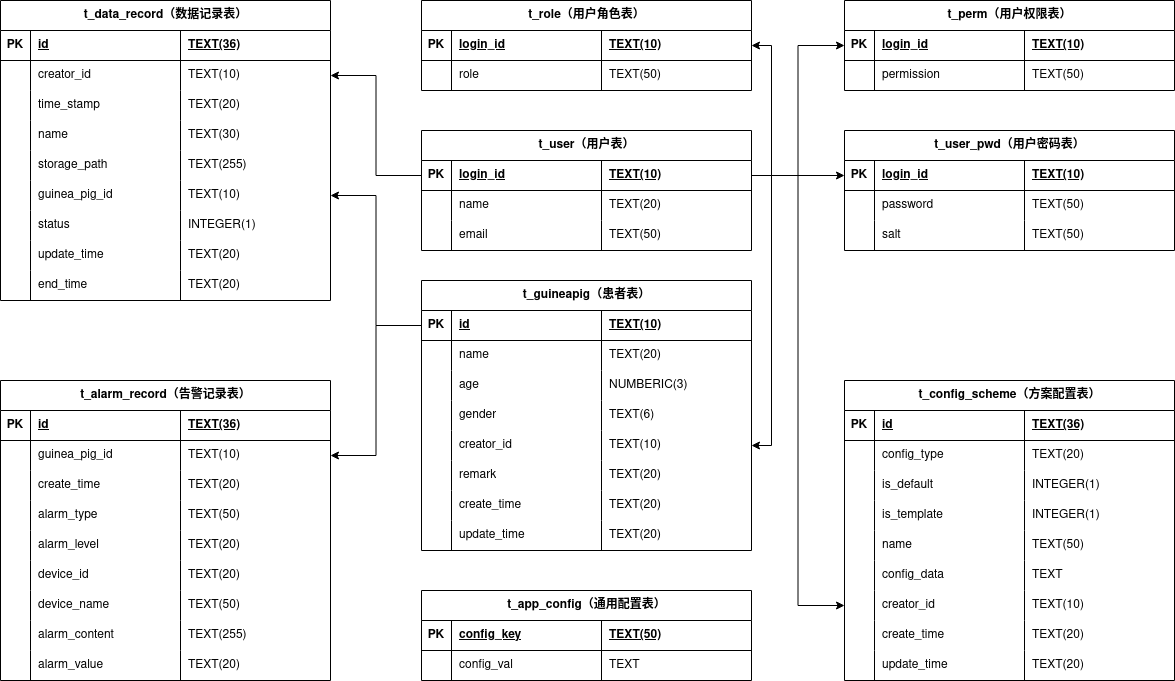
Earlier version of the draw.io export 图片/详细设计-后端-数据库-详细设计.png (yz360307/draw). Source tidied: cells renumbered, new cells last; positions are measured from the earlier drawing's top-left corner, leaving out a move shared by most shapes.
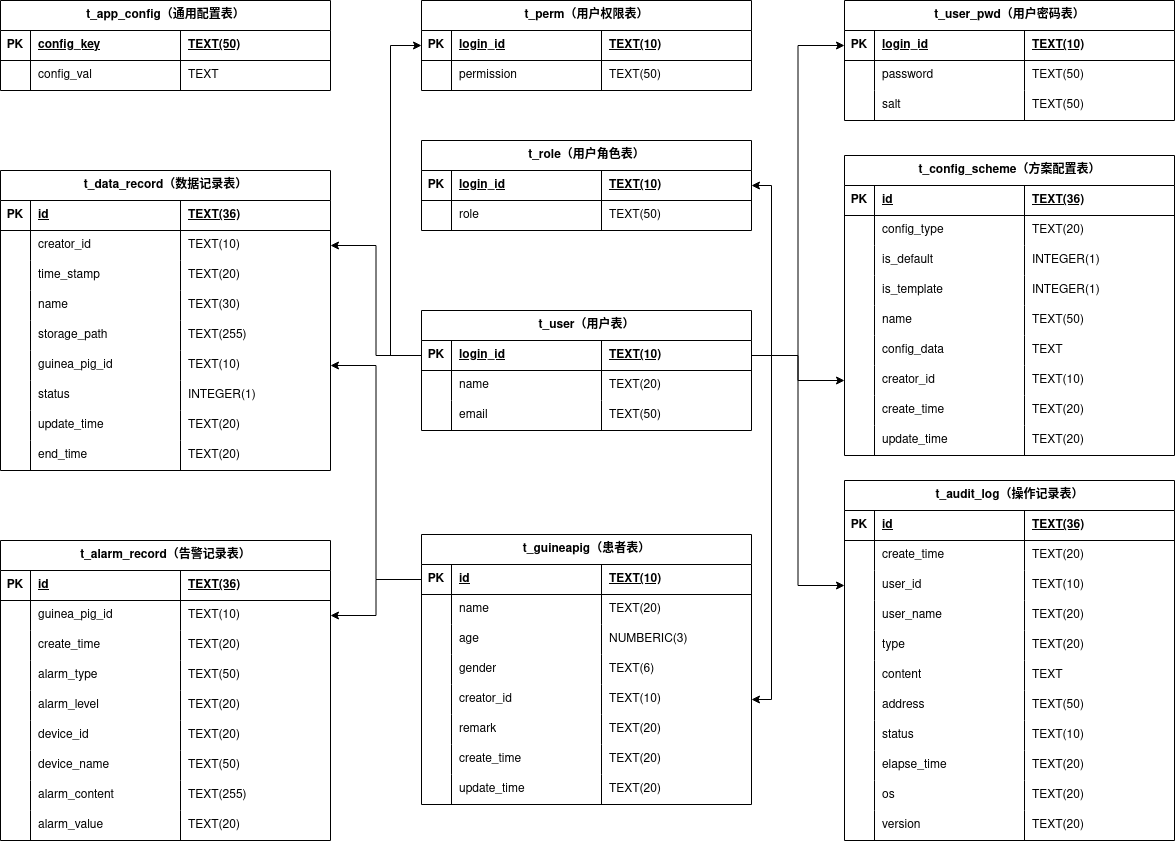
After the commit.

The edit, as a diff of the source:
```diff
@@ -3,7 +3,7 @@
     <mxCell id="0" />
     <mxCell id="1" parent="0" />
     <mxCell id="2" value="t_user（用户表）" style="shape=table;startSize=30;rowLines=0;fontStyle=1;align=center;html=1;" parent="1" vertex="1">
-      <mxGeometry x="421" y="130" width="330" height="120" as="geometry" />
+      <mxGeometry x="421" y="390" width="330" height="120" as="geometry" />
     </mxCell>
     <mxCell id="3" style="shape=tableRow;horizontal=0;startSize=0;swimlaneHead=0;swimlaneBody=0;fillColor=none;points=[[0,0.5],[1,0.5]];portConstraint=eastwest;top=0;left=0;right=0;bottom=1;" parent="2" vertex="1">
       <mxGeometry y="30" width="330" height="30" as="geometry" />
@@ -42,7 +42,7 @@
       <mxGeometry x="180" width="150" height="30" as="geometry" />
     </mxCell>
     <mxCell id="15" value="t_user_pwd（用户密码表）" style="shape=table;startSize=30;rowLines=0;fontStyle=1;align=center;html=1;" parent="1" vertex="1">
-      <mxGeometry x="844" y="130" width="330" height="120" as="geometry" />
+      <mxGeometry x="844" y="80" width="330" height="120" as="geometry" />
     </mxCell>
     <mxCell id="16" style="shape=tableRow;horizontal=0;startSize=0;swimlaneHead=0;swimlaneBody=0;fillColor=none;points=[[0,0.5],[1,0.5]];portConstraint=eastwest;top=0;left=0;right=0;bottom=1;" parent="15" vertex="1">
       <mxGeometry y="30" width="330" height="30" as="geometry" />
@@ -84,7 +84,7 @@
       <mxGeometry relative="1" as="geometry" />
     </mxCell>
     <mxCell id="29" value="t_guineapig（患者表）" style="shape=table;startSize=30;rowLines=0;fontStyle=1;align=center;html=1;" parent="1" vertex="1">
-      <mxGeometry x="421" y="280" width="330" height="270" as="geometry" />
+      <mxGeometry x="421" y="614" width="330" height="270" as="geometry" />
     </mxCell>
     <mxCell id="30" style="shape=tableRow;horizontal=0;startSize=0;swimlaneHead=0;swimlaneBody=0;fillColor=none;points=[[0,0.5],[1,0.5]];portConstraint=eastwest;top=0;left=0;right=0;bottom=1;" parent="29" vertex="1">
       <mxGeometry y="30" width="330" height="30" as="geometry" />
@@ -183,7 +183,7 @@
       <mxGeometry x="180" width="150" height="30" as="geometry" />
     </mxCell>
     <mxCell id="62" value="t_data_record（数据记录表）" style="shape=table;startSize=30;rowLines=0;fontStyle=1;align=center;html=1;" parent="1" vertex="1">
-      <mxGeometry width="330" height="300" as="geometry" />
+      <mxGeometry y="250" width="330" height="300" as="geometry" />
     </mxCell>
     <mxCell id="63" style="shape=tableRow;horizontal=0;startSize=0;swimlaneHead=0;swimlaneBody=0;fillColor=none;top=0;left=0;right=0;bottom=1;" parent="62" vertex="1">
       <mxGeometry y="30" width="330" height="30" as="geometry" />
@@ -297,7 +297,7 @@
       <mxGeometry relative="1" as="geometry" />
     </mxCell>
     <mxCell id="100" value="t_config_scheme（方案配置表）" style="shape=table;startSize=30;rowLines=0;fontStyle=1;align=center;html=1;" parent="1" vertex="1">
-      <mxGeometry x="844" y="380" width="330" height="300" as="geometry" />
+      <mxGeometry x="844" y="235" width="330" height="300" as="geometry" />
     </mxCell>
     <mxCell id="101" style="shape=tableRow;horizontal=0;startSize=0;swimlaneHead=0;swimlaneBody=0;fillColor=none;top=0;left=0;right=0;bottom=1;" parent="100" vertex="1">
       <mxGeometry y="30" width="330" height="30" as="geometry" />
@@ -408,7 +408,7 @@
       <mxGeometry x="180" width="150" height="30" as="geometry" />
     </mxCell>
     <mxCell id="137" value="t_app_config（通用配置表）" style="shape=table;startSize=30;rowLines=0;fontStyle=1;align=center;html=1;" parent="1" vertex="1">
-      <mxGeometry x="421" y="590" width="330" height="90" as="geometry" />
+      <mxGeometry y="80" width="330" height="90" as="geometry" />
     </mxCell>
     <mxCell id="138" style="shape=tableRow;horizontal=0;startSize=0;swimlaneHead=0;swimlaneBody=0;fillColor=none;top=0;left=0;right=0;bottom=1;" parent="137" vertex="1">
       <mxGeometry y="30" width="330" height="30" as="geometry" />
@@ -435,7 +435,7 @@
       <mxGeometry x="180" width="150" height="30" as="geometry" />
     </mxCell>
     <mxCell id="146" value="t_alarm_record（告警记录表）" style="shape=table;startSize=30;rowLines=0;fontStyle=1;align=center;html=1;" parent="1" vertex="1">
-      <mxGeometry y="380" width="330" height="300" as="geometry" />
+      <mxGeometry y="620" width="330" height="300" as="geometry" />
     </mxCell>
     <mxCell id="147" style="shape=tableRow;horizontal=0;startSize=0;swimlaneHead=0;swimlaneBody=0;fillColor=none;top=0;left=0;right=0;bottom=1;" parent="146" vertex="1">
       <mxGeometry y="30" width="330" height="30" as="geometry" />
@@ -555,7 +555,7 @@
       <mxGeometry relative="1" as="geometry" />
     </mxCell>
     <mxCell id="186" value="t_role（用户角色表）" style="shape=table;startSize=30;rowLines=0;fontStyle=1;align=center;html=1;" parent="1" vertex="1">
-      <mxGeometry x="421" width="330" height="90" as="geometry" />
+      <mxGeometry x="421" y="220" width="330" height="90" as="geometry" />
     </mxCell>
     <mxCell id="187" style="shape=tableRow;horizontal=0;startSize=0;swimlaneHead=0;swimlaneBody=0;fillColor=none;top=0;left=0;right=0;bottom=1;" parent="186" vertex="1">
       <mxGeometry y="30" width="330" height="30" as="geometry" />
@@ -582,7 +582,7 @@
       <mxGeometry x="180" width="150" height="30" as="geometry" />
     </mxCell>
     <mxCell id="195" value="t_perm（用户权限表）" style="shape=table;startSize=30;rowLines=0;fontStyle=1;align=center;html=1;" parent="1" vertex="1">
-      <mxGeometry x="844" width="330" height="90" as="geometry" />
+      <mxGeometry x="421" y="80" width="330" height="90" as="geometry" />
     </mxCell>
     <mxCell id="196" style="shape=tableRow;horizontal=0;startSize=0;swimlaneHead=0;swimlaneBody=0;fillColor=none;points=[[0,0.5],[1,0.5]];portConstraint=eastwest;top=0;left=0;right=0;bottom=1;" parent="195" vertex="1">
       <mxGeometry y="30" width="330" height="30" as="geometry" />
@@ -612,10 +612,153 @@
       <mxGeometry relative="1" as="geometry" />
     </mxCell>
     <mxCell id="205" style="edgeStyle=orthogonalEdgeStyle;rounded=0;jettySize=auto;html=1;entryX=0;entryY=0.5;entryDx=0;entryDy=0;" parent="1" edge="1" source="3" target="196">
-      <mxGeometry relative="1" as="geometry" />
+      <mxGeometry relative="1" as="geometry">
+        <Array as="points">
+          <mxPoint x="390" y="435" />
+          <mxPoint x="390" y="125" />
+        </Array>
+      </mxGeometry>
     </mxCell>
     <mxCell id="206" style="edgeStyle=orthogonalEdgeStyle;rounded=0;jettySize=auto;html=1;exitX=1;exitY=0.5;exitDx=0;exitDy=0;" parent="1" edge="1" source="3" target="46">
       <mxGeometry relative="1" as="geometry" />
     </mxCell>
+    <mxCell id="207" value="t_audit_log（操作记录表）" style="shape=table;startSize=30;rowLines=0;fontStyle=1;align=center;html=1;" parent="1" vertex="1">
+      <mxGeometry x="844" y="560" width="330" height="360" as="geometry" />
+    </mxCell>
+    <mxCell id="208" style="shape=tableRow;horizontal=0;startSize=0;swimlaneHead=0;swimlaneBody=0;fillColor=none;top=0;left=0;right=0;bottom=1;" parent="207" vertex="1">
+      <mxGeometry y="30" width="330" height="30" as="geometry" />
+    </mxCell>
+    <mxCell id="209" value="PK" style="shape=partialRectangle;fillColor=none;top=0;left=0;bottom=0;right=0;fontStyle=1;overflow=hidden;whiteSpace=wrap;html=1;" parent="208" vertex="1">
+      <mxGeometry width="30" height="30" as="geometry" />
+    </mxCell>
+    <mxCell id="210" value="id" style="shape=partialRectangle;fillColor=none;top=0;left=0;bottom=0;right=0;align=left;spacingLeft=6;fontStyle=5;overflow=hidden;whiteSpace=wrap;html=1;" parent="208" vertex="1">
+      <mxGeometry x="30" width="150" height="30" as="geometry" />
+    </mxCell>
+    <mxCell id="211" value="TEXT(36)" style="shape=partialRectangle;fillColor=none;top=0;left=0;bottom=0;right=0;align=left;spacingLeft=6;fontStyle=5;overflow=hidden;whiteSpace=wrap;html=1;" parent="208" vertex="1">
+      <mxGeometry x="180" width="150" height="30" as="geometry" />
+    </mxCell>
+    <mxCell id="212" style="shape=tableRow;horizontal=0;startSize=0;swimlaneHead=0;swimlaneBody=0;fillColor=none;top=0;left=0;right=0;bottom=0;" parent="207" vertex="1">
+      <mxGeometry y="60" width="330" height="30" as="geometry" />
+    </mxCell>
+    <mxCell id="213" style="shape=partialRectangle;fillColor=none;top=0;left=0;bottom=0;right=0;overflow=hidden;whiteSpace=wrap;html=1;" parent="212" vertex="1">
+      <mxGeometry width="30" height="30" as="geometry" />
+    </mxCell>
+    <mxCell id="214" value="create_time" style="shape=partialRectangle;fillColor=none;top=0;left=0;bottom=0;right=0;align=left;spacingLeft=6;overflow=hidden;whiteSpace=wrap;html=1;" parent="212" vertex="1">
+      <mxGeometry x="30" width="150" height="30" as="geometry" />
+    </mxCell>
+    <mxCell id="215" value="TEXT(20)" style="shape=partialRectangle;fillColor=none;top=0;left=0;bottom=0;right=0;align=left;spacingLeft=6;overflow=hidden;whiteSpace=wrap;html=1;" parent="212" vertex="1">
+      <mxGeometry x="180" width="150" height="30" as="geometry" />
+    </mxCell>
+    <mxCell id="216" style="shape=tableRow;horizontal=0;startSize=0;swimlaneHead=0;swimlaneBody=0;fillColor=none;points=[[0,0.5],[1,0.5]];portConstraint=eastwest;top=0;left=0;right=0;bottom=0;" parent="207" vertex="1">
+      <mxGeometry y="90" width="330" height="30" as="geometry" />
+    </mxCell>
+    <mxCell id="217" style="shape=partialRectangle;fillColor=none;top=0;left=0;bottom=0;right=0;overflow=hidden;whiteSpace=wrap;html=1;" parent="216" vertex="1">
+      <mxGeometry width="30" height="30" as="geometry" />
+    </mxCell>
+    <mxCell id="218" value="user_id" style="shape=partialRectangle;fillColor=none;top=0;left=0;bottom=0;right=0;align=left;spacingLeft=6;overflow=hidden;whiteSpace=wrap;html=1;" parent="216" vertex="1">
+      <mxGeometry x="30" width="150" height="30" as="geometry" />
+    </mxCell>
+    <mxCell id="219" value="TEXT(10)" style="shape=partialRectangle;fillColor=none;top=0;left=0;bottom=0;right=0;align=left;spacingLeft=6;overflow=hidden;whiteSpace=wrap;html=1;" parent="216" vertex="1">
+      <mxGeometry x="180" width="150" height="30" as="geometry" />
+    </mxCell>
+    <mxCell id="220" style="shape=tableRow;horizontal=0;startSize=0;swimlaneHead=0;swimlaneBody=0;fillColor=none;top=0;left=0;right=0;bottom=0;" parent="207" vertex="1">
+      <mxGeometry y="120" width="330" height="30" as="geometry" />
+    </mxCell>
+    <mxCell id="221" style="shape=partialRectangle;fillColor=none;top=0;left=0;bottom=0;right=0;overflow=hidden;whiteSpace=wrap;html=1;" parent="220" vertex="1">
+      <mxGeometry width="30" height="30" as="geometry" />
+    </mxCell>
+    <mxCell id="222" value="user_name" style="shape=partialRectangle;fillColor=none;top=0;left=0;bottom=0;right=0;align=left;spacingLeft=6;overflow=hidden;whiteSpace=wrap;html=1;" parent="220" vertex="1">
+      <mxGeometry x="30" width="150" height="30" as="geometry" />
+    </mxCell>
+    <mxCell id="223" value="TEXT(20)" style="shape=partialRectangle;fillColor=none;top=0;left=0;bottom=0;right=0;align=left;spacingLeft=6;overflow=hidden;whiteSpace=wrap;html=1;" parent="220" vertex="1">
+      <mxGeometry x="180" width="150" height="30" as="geometry" />
+    </mxCell>
+    <mxCell id="224" style="shape=tableRow;horizontal=0;startSize=0;swimlaneHead=0;swimlaneBody=0;fillColor=none;top=0;left=0;right=0;bottom=0;" parent="207" vertex="1">
+      <mxGeometry y="150" width="330" height="30" as="geometry" />
+    </mxCell>
+    <mxCell id="225" style="shape=partialRectangle;fillColor=none;top=0;left=0;bottom=0;right=0;overflow=hidden;whiteSpace=wrap;html=1;" parent="224" vertex="1">
+      <mxGeometry width="30" height="30" as="geometry" />
+    </mxCell>
+    <mxCell id="226" value="type" style="shape=partialRectangle;fillColor=none;top=0;left=0;bottom=0;right=0;align=left;spacingLeft=6;overflow=hidden;whiteSpace=wrap;html=1;" parent="224" vertex="1">
+      <mxGeometry x="30" width="150" height="30" as="geometry" />
+    </mxCell>
+    <mxCell id="227" value="TEXT(20)" style="shape=partialRectangle;fillColor=none;top=0;left=0;bottom=0;right=0;align=left;spacingLeft=6;overflow=hidden;whiteSpace=wrap;html=1;" parent="224" vertex="1">
+      <mxGeometry x="180" width="150" height="30" as="geometry" />
+    </mxCell>
+    <mxCell id="228" style="shape=tableRow;horizontal=0;startSize=0;swimlaneHead=0;swimlaneBody=0;fillColor=none;top=0;left=0;right=0;bottom=0;" parent="207" vertex="1">
+      <mxGeometry y="180" width="330" height="30" as="geometry" />
+    </mxCell>
+    <mxCell id="229" style="shape=partialRectangle;fillColor=none;top=0;left=0;bottom=0;right=0;overflow=hidden;whiteSpace=wrap;html=1;" parent="228" vertex="1">
+      <mxGeometry width="30" height="30" as="geometry" />
+    </mxCell>
+    <mxCell id="230" value="content" style="shape=partialRectangle;fillColor=none;top=0;left=0;bottom=0;right=0;align=left;spacingLeft=6;overflow=hidden;whiteSpace=wrap;html=1;" parent="228" vertex="1">
+      <mxGeometry x="30" width="150" height="30" as="geometry" />
+    </mxCell>
+    <mxCell id="231" value="TEXT" style="shape=partialRectangle;fillColor=none;top=0;left=0;bottom=0;right=0;align=left;spacingLeft=6;overflow=hidden;whiteSpace=wrap;html=1;" parent="228" vertex="1">
+      <mxGeometry x="180" width="150" height="30" as="geometry" />
+    </mxCell>
+    <mxCell id="232" style="shape=tableRow;horizontal=0;startSize=0;swimlaneHead=0;swimlaneBody=0;fillColor=none;top=0;left=0;right=0;bottom=0;" parent="207" vertex="1">
+      <mxGeometry y="210" width="330" height="30" as="geometry" />
+    </mxCell>
+    <mxCell id="233" style="shape=partialRectangle;fillColor=none;top=0;left=0;bottom=0;right=0;overflow=hidden;whiteSpace=wrap;html=1;" parent="232" vertex="1">
+      <mxGeometry width="30" height="30" as="geometry" />
+    </mxCell>
+    <mxCell id="234" value="address" style="shape=partialRectangle;fillColor=none;top=0;left=0;bottom=0;right=0;align=left;spacingLeft=6;overflow=hidden;whiteSpace=wrap;html=1;" parent="232" vertex="1">
+      <mxGeometry x="30" width="150" height="30" as="geometry" />
+    </mxCell>
+    <mxCell id="235" value="TEXT(50)" style="shape=partialRectangle;fillColor=none;top=0;left=0;bottom=0;right=0;align=left;spacingLeft=6;overflow=hidden;whiteSpace=wrap;html=1;" parent="232" vertex="1">
+      <mxGeometry x="180" width="150" height="30" as="geometry" />
+    </mxCell>
+    <mxCell id="236" style="shape=tableRow;horizontal=0;startSize=0;swimlaneHead=0;swimlaneBody=0;fillColor=none;top=0;left=0;right=0;bottom=0;" parent="207" vertex="1">
+      <mxGeometry y="240" width="330" height="30" as="geometry" />
+    </mxCell>
+    <mxCell id="237" style="shape=partialRectangle;fillColor=none;top=0;left=0;bottom=0;right=0;overflow=hidden;whiteSpace=wrap;html=1;" parent="236" vertex="1">
+      <mxGeometry width="30" height="30" as="geometry" />
+    </mxCell>
+    <mxCell id="238" value="status" style="shape=partialRectangle;fillColor=none;top=0;left=0;bottom=0;right=0;align=left;spacingLeft=6;overflow=hidden;whiteSpace=wrap;html=1;" parent="236" vertex="1">
+      <mxGeometry x="30" width="150" height="30" as="geometry" />
+    </mxCell>
+    <mxCell id="239" value="TEXT(10)" style="shape=partialRectangle;fillColor=none;top=0;left=0;bottom=0;right=0;align=left;spacingLeft=6;overflow=hidden;whiteSpace=wrap;html=1;" parent="236" vertex="1">
+      <mxGeometry x="180" width="150" height="30" as="geometry" />
+    </mxCell>
+    <mxCell id="240" style="shape=tableRow;horizontal=0;startSize=0;swimlaneHead=0;swimlaneBody=0;fillColor=none;top=0;left=0;right=0;bottom=0;" parent="207" vertex="1">
+      <mxGeometry y="270" width="330" height="30" as="geometry" />
+    </mxCell>
+    <mxCell id="241" style="shape=partialRectangle;fillColor=none;top=0;left=0;bottom=0;right=0;overflow=hidden;whiteSpace=wrap;html=1;" parent="240" vertex="1">
+      <mxGeometry width="30" height="30" as="geometry" />
+    </mxCell>
+    <mxCell id="242" value="elapse_time" style="shape=partialRectangle;fillColor=none;top=0;left=0;bottom=0;right=0;align=left;spacingLeft=6;overflow=hidden;whiteSpace=wrap;html=1;" parent="240" vertex="1">
+      <mxGeometry x="30" width="150" height="30" as="geometry" />
+    </mxCell>
+    <mxCell id="243" value="TEXT(20)" style="shape=partialRectangle;fillColor=none;top=0;left=0;bottom=0;right=0;align=left;spacingLeft=6;overflow=hidden;whiteSpace=wrap;html=1;" parent="240" vertex="1">
+      <mxGeometry x="180" width="150" height="30" as="geometry" />
+    </mxCell>
+    <mxCell id="244" style="shape=tableRow;horizontal=0;startSize=0;swimlaneHead=0;swimlaneBody=0;fillColor=none;top=0;left=0;right=0;bottom=0;" parent="207" vertex="1">
+      <mxGeometry y="300" width="330" height="30" as="geometry" />
+    </mxCell>
+    <mxCell id="245" style="shape=partialRectangle;fillColor=none;top=0;left=0;bottom=0;right=0;overflow=hidden;whiteSpace=wrap;html=1;" parent="244" vertex="1">
+      <mxGeometry width="30" height="30" as="geometry" />
+    </mxCell>
+    <mxCell id="246" value="os" style="shape=partialRectangle;fillColor=none;top=0;left=0;bottom=0;right=0;align=left;spacingLeft=6;overflow=hidden;whiteSpace=wrap;html=1;" parent="244" vertex="1">
+      <mxGeometry x="30" width="150" height="30" as="geometry" />
+    </mxCell>
+    <mxCell id="247" value="TEXT(20)" style="shape=partialRectangle;fillColor=none;top=0;left=0;bottom=0;right=0;align=left;spacingLeft=6;overflow=hidden;whiteSpace=wrap;html=1;" parent="244" vertex="1">
+      <mxGeometry x="180" width="150" height="30" as="geometry" />
+    </mxCell>
+    <mxCell id="248" style="shape=tableRow;horizontal=0;startSize=0;swimlaneHead=0;swimlaneBody=0;fillColor=none;top=0;left=0;right=0;bottom=0;" parent="207" vertex="1">
+      <mxGeometry y="330" width="330" height="30" as="geometry" />
+    </mxCell>
+    <mxCell id="249" style="shape=partialRectangle;fillColor=none;top=0;left=0;bottom=0;right=0;overflow=hidden;whiteSpace=wrap;html=1;" parent="248" vertex="1">
+      <mxGeometry width="30" height="30" as="geometry" />
+    </mxCell>
+    <mxCell id="250" value="version" style="shape=partialRectangle;fillColor=none;top=0;left=0;bottom=0;right=0;align=left;spacingLeft=6;overflow=hidden;whiteSpace=wrap;html=1;" parent="248" vertex="1">
+      <mxGeometry x="30" width="150" height="30" as="geometry" />
+    </mxCell>
+    <mxCell id="251" value="TEXT(20)" style="shape=partialRectangle;fillColor=none;top=0;left=0;bottom=0;right=0;align=left;spacingLeft=6;overflow=hidden;whiteSpace=wrap;html=1;" parent="248" vertex="1">
+      <mxGeometry x="180" width="150" height="30" as="geometry" />
+    </mxCell>
+    <mxCell id="252" style="edgeStyle=orthogonalEdgeStyle;rounded=0;jettySize=auto;html=1;entryX=0;entryY=0.5;entryDx=0;entryDy=0;" parent="1" edge="1" source="3" target="216">
+      <mxGeometry relative="1" as="geometry" />
+    </mxCell>
   </root>
 </mxGraphModel>
```
